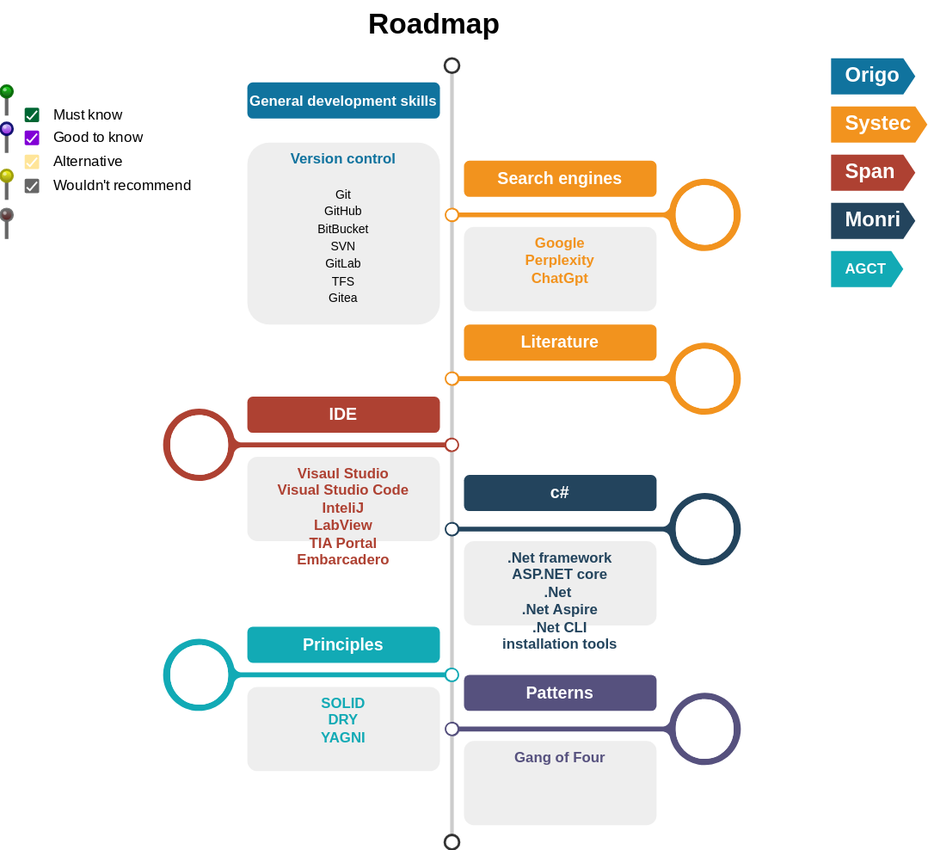
Above: RoadMap.drawio.svg in PaolaBiondi/BloodPressureApp (draw.io), before the change. Source tidied: cells renumbered, new cells last; positions are measured from the earlier drawing's top-left corner, leaving out a move shared by most shapes.
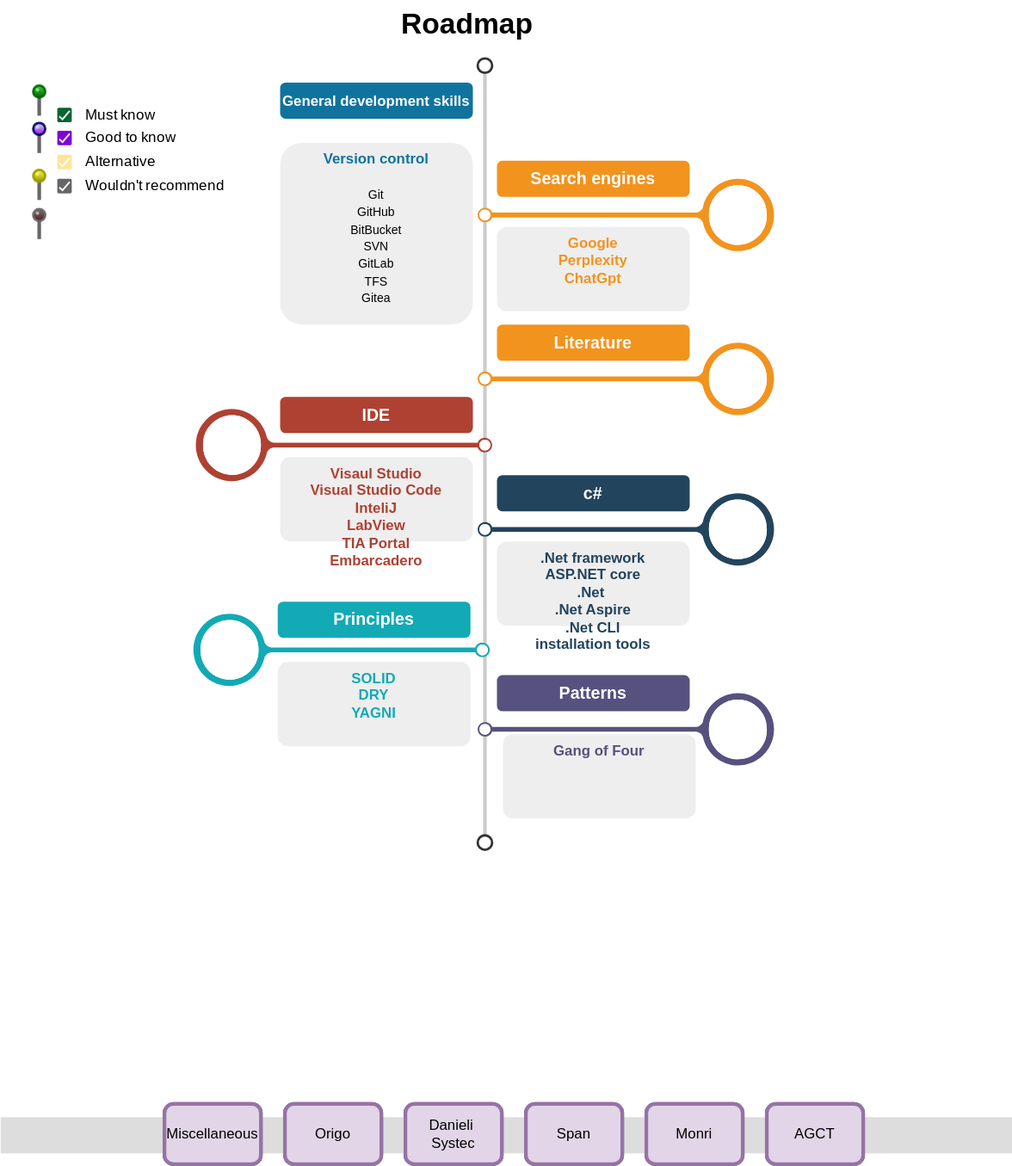
After the commit.

Diff of the diagram source:
```diff
@@ -20,9 +20,6 @@
     <mxCell id="7" style="verticalLabelPosition=middle;verticalAlign=middle;html=1;shape=mxgraph.infographic.circularCallout2;dy=15;strokeColor=#23445D;labelPosition=center;align=center;fontColor=#10739E;fontStyle=1;fontSize=24;shadow=0;direction=north;flipH=1;" parent="1" vertex="1">
       <mxGeometry x="369" y="409" width="246" height="60" as="geometry" />
     </mxCell>
-    <mxCell id="8" style="verticalLabelPosition=middle;verticalAlign=middle;html=1;shape=mxgraph.infographic.circularCallout2;dy=15;strokeColor=#12AAB5;labelPosition=center;align=center;fontColor=#10739E;fontStyle=1;fontSize=24;shadow=0;direction=north;" parent="1" vertex="1">
-      <mxGeometry x="135" y="530" width="246" height="60" as="geometry" />
-    </mxCell>
     <mxCell id="9" style="verticalLabelPosition=middle;verticalAlign=middle;html=1;shape=mxgraph.infographic.circularCallout2;dy=15;strokeColor=#56517E;labelPosition=center;align=center;fontColor=#10739E;fontStyle=1;fontSize=24;shadow=0;direction=north;flipH=1;" parent="1" vertex="1">
       <mxGeometry x="369" y="575" width="246" height="60" as="geometry" />
     </mxCell>
@@ -38,9 +35,6 @@
     <mxCell id="13" value="c#" style="fillColor=#23445D;strokecolor=none;rounded=1;fontColor=#FFFFFF;strokeColor=none;fontStyle=1;fontSize=14;whiteSpace=wrap;html=1;" parent="1" vertex="1">
       <mxGeometry x="385" y="394" width="160" height="30" as="geometry" />
     </mxCell>
-    <mxCell id="14" value="Principles" style="fillColor=#12AAB5;strokecolor=none;rounded=1;fontColor=#FFFFFF;strokeColor=none;fontStyle=1;fontSize=14;whiteSpace=wrap;html=1;" parent="1" vertex="1">
-      <mxGeometry x="205" y="520" width="160" height="30" as="geometry" />
-    </mxCell>
     <mxCell id="15" value="Patterns" style="fillColor=#56517E;strokecolor=none;rounded=1;fontColor=#FFFFFF;strokeColor=none;fontStyle=1;fontSize=14;whiteSpace=wrap;html=1;" parent="1" vertex="1">
       <mxGeometry x="385" y="560" width="160" height="30" as="geometry" />
     </mxCell>
@@ -56,27 +50,6 @@
     <mxCell id="19" value="&lt;font color=&quot;#23445d&quot;&gt;&lt;b&gt;.Net framework&lt;/b&gt;&lt;/font&gt;&lt;div&gt;&lt;b style=&quot;color: rgb(35, 68, 93);&quot;&gt;ASP.NET core&lt;/b&gt;&lt;font color=&quot;#23445d&quot;&gt;&lt;b&gt;&lt;br&gt;&lt;/b&gt;&lt;/font&gt;&lt;div&gt;&lt;font color=&quot;#23445d&quot;&gt;&lt;b&gt;.Net&amp;nbsp;&lt;/b&gt;&lt;/font&gt;&lt;br&gt;&lt;div&gt;&lt;font color=&quot;#23445d&quot;&gt;&lt;b&gt;.Net Aspire&lt;/b&gt;&lt;/font&gt;&lt;/div&gt;&lt;div&gt;&lt;font color=&quot;#23445d&quot;&gt;&lt;b&gt;.Net CLI&lt;/b&gt;&lt;/font&gt;&lt;/div&gt;&lt;div&gt;&lt;font color=&quot;#23445d&quot;&gt;&lt;b&gt;installation tools&lt;/b&gt;&lt;/font&gt;&lt;/div&gt;&lt;div&gt;&lt;br&gt;&lt;/div&gt;&lt;/div&gt;&lt;/div&gt;" style="rounded=1;strokeColor=none;fillColor=#EEEEEE;align=center;arcSize=12;verticalAlign=top;whiteSpace=wrap;html=1;fontSize=12;" parent="1" vertex="1">
       <mxGeometry x="385" y="449" width="160" height="70" as="geometry" />
     </mxCell>
-    <mxCell id="20" value="&lt;font color=&quot;#12aab5&quot;&gt;&lt;b&gt;SOLID&lt;/b&gt;&lt;/font&gt;&lt;div&gt;&lt;font color=&quot;#12aab5&quot;&gt;&lt;b&gt;DRY&lt;/b&gt;&lt;/font&gt;&lt;/div&gt;&lt;div&gt;&lt;font color=&quot;#12aab5&quot;&gt;&lt;b&gt;YAGNI&lt;/b&gt;&lt;/font&gt;&lt;/div&gt;" style="rounded=1;strokeColor=none;fillColor=#EEEEEE;align=center;arcSize=12;verticalAlign=top;whiteSpace=wrap;html=1;fontSize=12;" parent="1" vertex="1">
-      <mxGeometry x="205" y="570" width="160" height="70" as="geometry" />
-    </mxCell>
-    <mxCell id="21" value="&lt;font color=&quot;#56517e&quot;&gt;&lt;b&gt;Gang of Four&lt;/b&gt;&lt;/font&gt;" style="rounded=1;strokeColor=none;fillColor=#EEEEEE;align=center;arcSize=12;verticalAlign=top;whiteSpace=wrap;html=1;fontSize=12;" parent="1" vertex="1">
-      <mxGeometry x="385" y="615" width="160" height="70" as="geometry" />
-    </mxCell>
-    <mxCell id="22" value="Origo" style="shape=mxgraph.infographic.ribbonSimple;notch1=0;notch2=10;notch=0;html=1;fillColor=#10739E;strokeColor=none;shadow=0;fontSize=17;fontColor=#FFFFFF;align=left;spacingLeft=10;fontStyle=1;whiteSpace=wrap;" parent="1" vertex="1">
-      <mxGeometry x="690" y="48" width="70" height="30" as="geometry" />
-    </mxCell>
-    <mxCell id="23" value="Systec" style="shape=mxgraph.infographic.ribbonSimple;notch1=0;notch2=10;notch=0;html=1;fillColor=#F2931E;strokeColor=none;shadow=0;fontSize=17;fontColor=#FFFFFF;align=left;spacingLeft=10;fontStyle=1;whiteSpace=wrap;" parent="1" vertex="1">
-      <mxGeometry x="690" y="88" width="80" height="30" as="geometry" />
-    </mxCell>
-    <mxCell id="24" value="Span" style="shape=mxgraph.infographic.ribbonSimple;notch1=0;notch2=10;notch=0;html=1;fillColor=#AE4132;strokeColor=none;shadow=0;fontSize=17;fontColor=#FFFFFF;align=left;spacingLeft=10;fontStyle=1;whiteSpace=wrap;" parent="1" vertex="1">
-      <mxGeometry x="690" y="128" width="70" height="30" as="geometry" />
-    </mxCell>
-    <mxCell id="25" value="Monri" style="shape=mxgraph.infographic.ribbonSimple;notch1=0;notch2=10;notch=0;html=1;fillColor=#23445D;strokeColor=none;shadow=0;fontSize=17;fontColor=#FFFFFF;align=left;spacingLeft=10;fontStyle=1;whiteSpace=wrap;" parent="1" vertex="1">
-      <mxGeometry x="690" y="168" width="70" height="30" as="geometry" />
-    </mxCell>
-    <mxCell id="26" value="AGCT" style="shape=mxgraph.infographic.ribbonSimple;notch1=0;notch2=10;notch=0;html=1;fillColor=#12AAB5;strokeColor=none;shadow=0;fontSize=12;fontColor=#FFFFFF;align=left;spacingLeft=10;fontStyle=1;whiteSpace=wrap;" parent="1" vertex="1">
-      <mxGeometry x="690" y="208" width="60" height="30" as="geometry" />
-    </mxCell>
     <mxCell id="27" value="Roadmap" style="text;strokeColor=none;fillColor=none;html=1;fontSize=24;fontStyle=1;verticalAlign=middle;align=center;" parent="1" vertex="1">
       <mxGeometry x="310" width="100" height="40" as="geometry" />
     </mxCell>
@@ -110,5 +83,63 @@
     <mxCell id="37" value="Literature" style="fillColor=#F2931E;strokecolor=none;rounded=1;fontColor=#FFFFFF;strokeColor=none;fontStyle=1;fontSize=14;whiteSpace=wrap;html=1;" parent="1" vertex="1">
       <mxGeometry x="385" y="269" width="160" height="30" as="geometry" />
     </mxCell>
+    <mxCell id="38" style="fillColor=#dddddd;rounded=0;strokeColor=none;" parent="1" vertex="1">
+      <mxGeometry x="-27" y="927" width="840" height="30" as="geometry" />
+    </mxCell>
+    <mxCell id="39" value="Toggles" parent="0" />
+    <mxCell id="40" value="Origo" style="rounded=1;whiteSpace=wrap;html=1;fontSize=12;fillColor=#F5F5F5;strokeColor=#666666;strokeWidth=3;" parent="39" vertex="1">
+      <mxGeometry x="209" y="916" width="80" height="50" as="geometry" />
+    </mxCell>
+    <mxCell id="41" value="Danieli&amp;nbsp;&lt;br&gt;&lt;span style=&quot;background-color: transparent; color: light-dark(rgb(0, 0, 0), rgb(255, 255, 255));&quot;&gt;Systec&lt;/span&gt;" style="rounded=1;whiteSpace=wrap;html=1;fontSize=12;fillColor=#F5F5F5;strokeColor=#666666;strokeWidth=3;" parent="39" vertex="1">
+      <mxGeometry x="309" y="916" width="80" height="50" as="geometry" />
+    </mxCell>
+    <mxCell id="42" value="Span" style="rounded=1;whiteSpace=wrap;html=1;fontSize=12;fillColor=#F5F5F5;strokeColor=#666666;strokeWidth=3;" parent="39" vertex="1">
+      <mxGeometry x="409" y="916" width="80" height="50" as="geometry" />
+    </mxCell>
+    <mxCell id="43" value="Monri" style="rounded=1;whiteSpace=wrap;html=1;fontSize=12;fillColor=#F5F5F5;strokeColor=#666666;strokeWidth=3;" parent="39" vertex="1">
+      <mxGeometry x="509" y="916" width="80" height="50" as="geometry" />
+    </mxCell>
+    <mxCell id="44" value="AGCT" style="rounded=1;whiteSpace=wrap;html=1;fontSize=12;fillColor=#F5F5F5;strokeColor=#666666;strokeWidth=3;" parent="39" vertex="1">
+      <mxGeometry x="609" y="916" width="80" height="50" as="geometry" />
+    </mxCell>
+    <mxCell id="45" value="Miscellaneous" style="rounded=1;whiteSpace=wrap;html=1;fontSize=12;fillColor=#F5F5F5;strokeColor=#666666;strokeWidth=3;" parent="39" vertex="1">
+      <mxGeometry x="109" y="916" width="80" height="50" as="geometry" />
+    </mxCell>
+    <mxCell id="46" value="Origo" parent="0" />
+    <mxCell id="47" value="Origo" style="rounded=1;whiteSpace=wrap;html=1;fontSize=12;fillColor=#e1d5e7;strokeColor=#9673a6;strokeWidth=3;" parent="46" vertex="1">
+      <mxGeometry x="209" y="916" width="80" height="50" as="geometry" />
+    </mxCell>
+    <mxCell id="23" value="Systec" parent="0" />
+    <mxCell id="48" value="Danieli&amp;nbsp;&lt;br&gt;&lt;span style=&quot;background-color: transparent; color: light-dark(rgb(0, 0, 0), rgb(255, 255, 255));&quot;&gt;Systec&lt;/span&gt;" style="rounded=1;whiteSpace=wrap;html=1;fontSize=12;fillColor=#e1d5e7;strokeColor=#9673a6;strokeWidth=3;" parent="23" vertex="1">
+      <mxGeometry x="309" y="916" width="80" height="50" as="geometry" />
+    </mxCell>
+    <mxCell id="49" value="Span" parent="0" />
+    <mxCell id="50" value="Span" style="rounded=1;whiteSpace=wrap;html=1;fontSize=12;fillColor=#e1d5e7;strokeColor=#9673a6;strokeWidth=3;" parent="49" vertex="1">
+      <mxGeometry x="409" y="916" width="80" height="50" as="geometry" />
+    </mxCell>
+    <mxCell id="51" value="Monri" parent="0" />
+    <mxCell id="52" value="Monri" style="rounded=1;whiteSpace=wrap;html=1;fontSize=12;fillColor=#e1d5e7;strokeColor=#9673a6;strokeWidth=3;" parent="51" vertex="1">
+      <mxGeometry x="509" y="916" width="80" height="50" as="geometry" />
+    </mxCell>
+    <mxCell id="53" value="AGCT" parent="0" />
+    <mxCell id="54" value="AGCT" style="rounded=1;whiteSpace=wrap;html=1;fontSize=12;fillColor=#e1d5e7;strokeColor=#9673a6;strokeWidth=3;" parent="53" vertex="1">
+      <mxGeometry x="609" y="916" width="80" height="50" as="geometry" />
+    </mxCell>
+    <mxCell id="55" value="Misc" parent="0" />
+    <mxCell id="56" value="Miscellaneous" style="rounded=1;whiteSpace=wrap;html=1;fontSize=12;fillColor=#e1d5e7;strokeColor=#9673a6;strokeWidth=3;" parent="55" vertex="1">
+      <mxGeometry x="109" y="916" width="80" height="50" as="geometry" />
+    </mxCell>
+    <mxCell id="21" value="&lt;font color=&quot;#56517e&quot;&gt;&lt;b&gt;Gang of Four&lt;/b&gt;&lt;/font&gt;" style="rounded=1;strokeColor=none;fillColor=#EEEEEE;align=center;arcSize=12;verticalAlign=top;whiteSpace=wrap;html=1;fontSize=12;" parent="55" vertex="1">
+      <mxGeometry x="390" y="609" width="160" height="70" as="geometry" />
+    </mxCell>
+    <mxCell id="57" style="verticalLabelPosition=middle;verticalAlign=middle;html=1;shape=mxgraph.infographic.circularCallout2;dy=15;strokeColor=#12AAB5;labelPosition=center;align=center;fontColor=#10739E;fontStyle=1;fontSize=24;shadow=0;direction=north;" parent="55" vertex="1">
+      <mxGeometry x="133" y="509" width="246" height="60" as="geometry" />
+    </mxCell>
+    <mxCell id="14" value="Principles" style="fillColor=#12AAB5;strokecolor=none;rounded=1;fontColor=#FFFFFF;strokeColor=none;fontStyle=1;fontSize=14;whiteSpace=wrap;html=1;" parent="55" vertex="1">
+      <mxGeometry x="203" y="499" width="160" height="30" as="geometry" />
+    </mxCell>
+    <mxCell id="20" value="&lt;font color=&quot;#12aab5&quot;&gt;&lt;b&gt;SOLID&lt;/b&gt;&lt;/font&gt;&lt;div&gt;&lt;font color=&quot;#12aab5&quot;&gt;&lt;b&gt;DRY&lt;/b&gt;&lt;/font&gt;&lt;/div&gt;&lt;div&gt;&lt;font color=&quot;#12aab5&quot;&gt;&lt;b&gt;YAGNI&lt;/b&gt;&lt;/font&gt;&lt;/div&gt;" style="rounded=1;strokeColor=none;fillColor=#EEEEEE;align=center;arcSize=12;verticalAlign=top;whiteSpace=wrap;html=1;fontSize=12;" parent="55" vertex="1">
+      <mxGeometry x="203" y="549" width="160" height="70" as="geometry" />
+    </mxCell>
   </root>
 </mxGraphModel>
```
